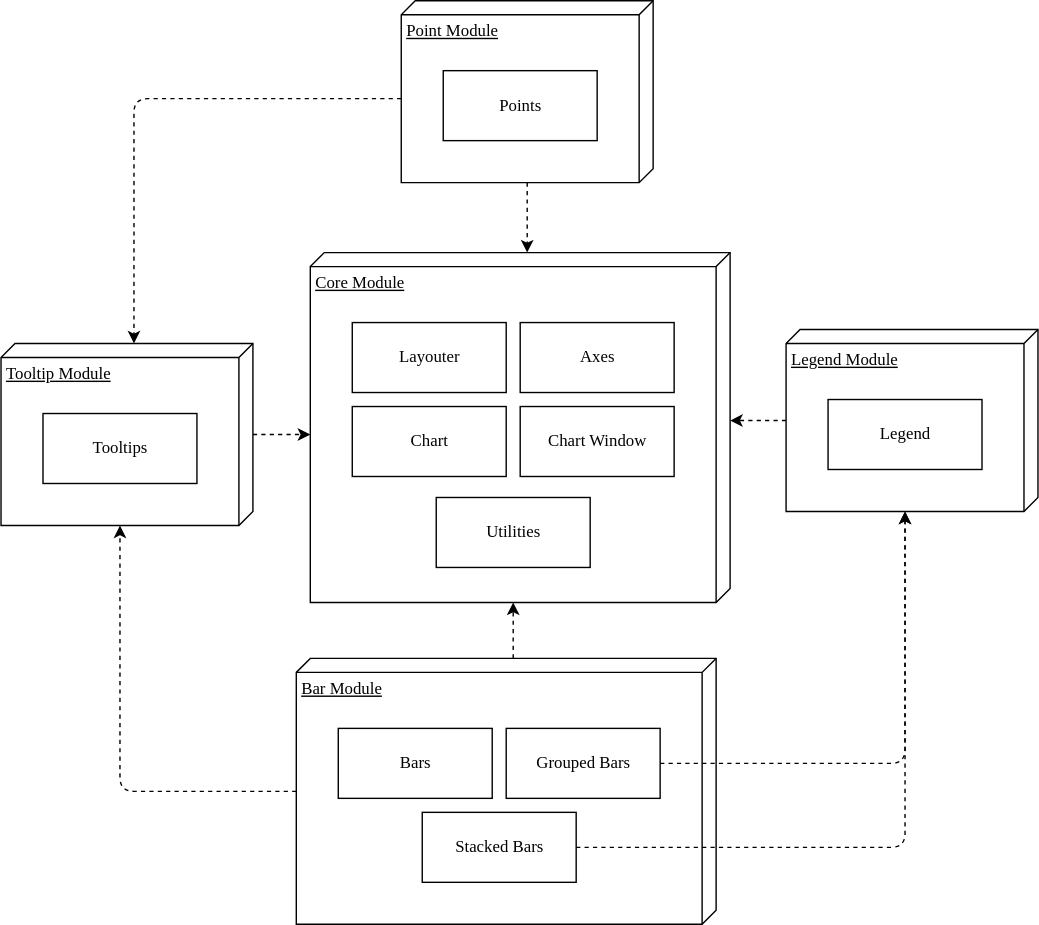
Earlier version of the draw.io export diagrams/respvis-packages.svg (AlmostBearded/respvis-thesis). Source tidied: cells renumbered, new cells last; positions are measured from the earlier drawing's top-left corner, leaving out a move shared by most shapes.
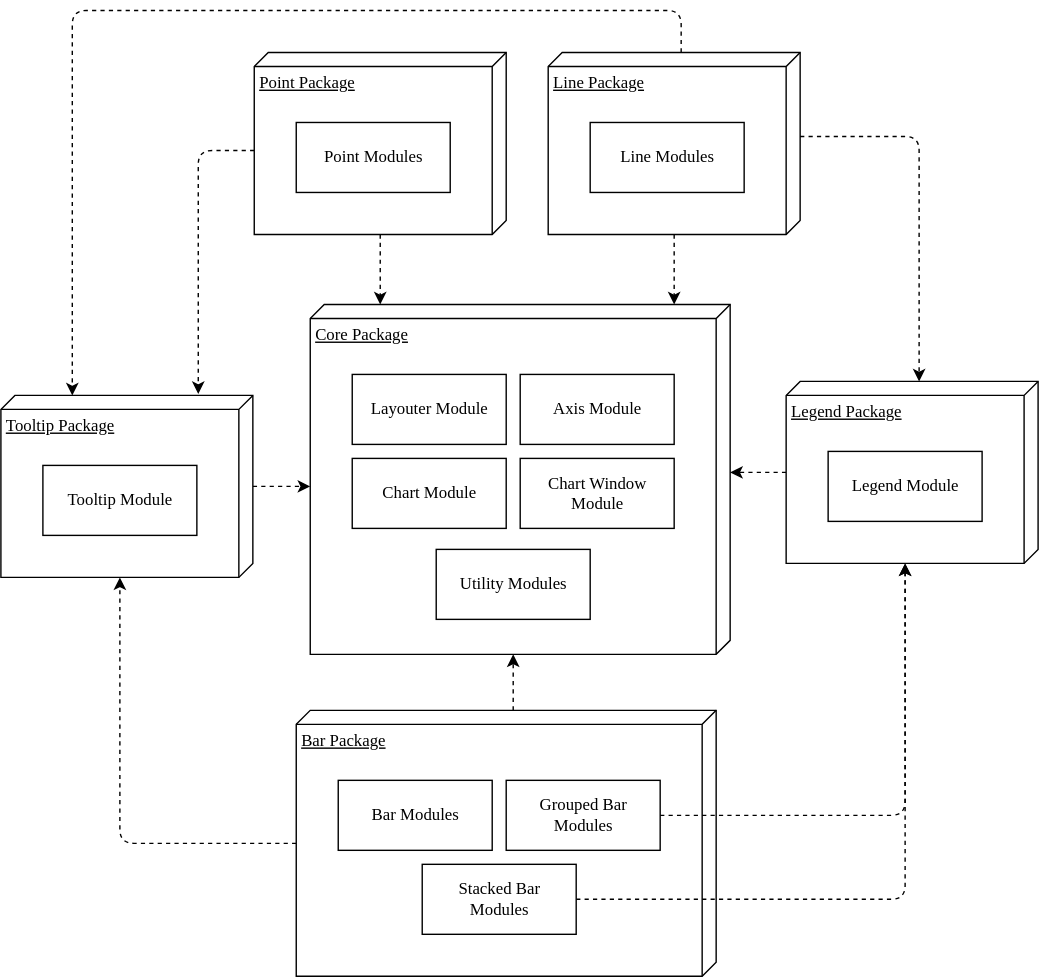
Above is the later version.

Commit message:
Add line package section

Change to the diagram source:
```diff
@@ -2,40 +2,40 @@
   <root>
     <mxCell id="0" />
     <mxCell id="1" parent="0" />
-    <mxCell id="2" value="Core Module" style="verticalAlign=top;align=left;spacingTop=8;spacingLeft=2;spacingRight=12;shape=cube;size=10;direction=south;fontStyle=4;html=1;rounded=0;shadow=0;comic=0;labelBackgroundColor=none;strokeWidth=1;fontFamily=Verdana;fontSize=12;" parent="1" vertex="1">
+    <mxCell id="2" value="Core Package" style="verticalAlign=top;align=left;spacingTop=8;spacingLeft=2;spacingRight=12;shape=cube;size=10;direction=south;fontStyle=4;html=1;rounded=0;shadow=0;comic=0;labelBackgroundColor=none;strokeWidth=1;fontFamily=Verdana;fontSize=12;" parent="1" vertex="1">
       <mxGeometry x="221" y="180" width="300" height="250" as="geometry" />
     </mxCell>
-    <mxCell id="3" value="Layouter" style="html=1;rounded=0;shadow=0;comic=0;labelBackgroundColor=none;strokeWidth=1;fontFamily=Verdana;fontSize=12;align=center;" parent="1" vertex="1">
+    <mxCell id="3" value="Layouter Module" style="html=1;rounded=0;shadow=0;comic=0;labelBackgroundColor=none;strokeWidth=1;fontFamily=Verdana;fontSize=12;align=center;" parent="1" vertex="1">
       <mxGeometry x="251" y="230" width="110" height="50" as="geometry" />
     </mxCell>
-    <mxCell id="4" value="Chart" style="html=1;rounded=0;shadow=0;comic=0;labelBackgroundColor=none;strokeWidth=1;fontFamily=Verdana;fontSize=12;align=center;" parent="1" vertex="1">
+    <mxCell id="4" value="Chart Module" style="html=1;rounded=0;shadow=0;comic=0;labelBackgroundColor=none;strokeWidth=1;fontFamily=Verdana;fontSize=12;align=center;" parent="1" vertex="1">
       <mxGeometry x="251" y="290" width="110" height="50" as="geometry" />
     </mxCell>
-    <mxCell id="5" value="Axes" style="html=1;rounded=0;shadow=0;comic=0;labelBackgroundColor=none;strokeWidth=1;fontFamily=Verdana;fontSize=12;align=center;" parent="1" vertex="1">
+    <mxCell id="5" value="Axis Module" style="html=1;rounded=0;shadow=0;comic=0;labelBackgroundColor=none;strokeWidth=1;fontFamily=Verdana;fontSize=12;align=center;" parent="1" vertex="1">
       <mxGeometry x="371" y="230" width="110" height="50" as="geometry" />
     </mxCell>
-    <mxCell id="6" value="Utilities" style="html=1;rounded=0;shadow=0;comic=0;labelBackgroundColor=none;strokeWidth=1;fontFamily=Verdana;fontSize=12;align=center;" parent="1" vertex="1">
+    <mxCell id="6" value="Utility Modules" style="html=1;rounded=0;shadow=0;comic=0;labelBackgroundColor=none;strokeWidth=1;fontFamily=Verdana;fontSize=12;align=center;" parent="1" vertex="1">
       <mxGeometry x="311" y="355" width="110" height="50" as="geometry" />
     </mxCell>
-    <mxCell id="7" value="Chart Window" style="html=1;rounded=0;shadow=0;comic=0;labelBackgroundColor=none;strokeWidth=1;fontFamily=Verdana;fontSize=12;align=center;" parent="1" vertex="1">
+    <mxCell id="7" value="Chart Window&lt;br&gt;Module" style="html=1;rounded=0;shadow=0;comic=0;labelBackgroundColor=none;strokeWidth=1;fontFamily=Verdana;fontSize=12;align=center;" parent="1" vertex="1">
       <mxGeometry x="371" y="290" width="110" height="50" as="geometry" />
     </mxCell>
     <mxCell id="8" style="edgeStyle=orthogonalEdgeStyle;rounded=1;jettySize=auto;html=1;entryX=0;entryY=0;entryDx=130;entryDy=300;entryPerimeter=0;dashed=1;" parent="1" edge="1" source="9" target="2">
       <mxGeometry relative="1" as="geometry" />
     </mxCell>
-    <mxCell id="9" value="Tooltip Module" style="verticalAlign=top;align=left;spacingTop=8;spacingLeft=2;spacingRight=12;shape=cube;size=10;direction=south;fontStyle=4;html=1;rounded=0;shadow=0;comic=0;labelBackgroundColor=none;strokeWidth=1;fontFamily=Verdana;fontSize=12;" parent="1" vertex="1">
+    <mxCell id="9" value="Tooltip Package" style="verticalAlign=top;align=left;spacingTop=8;spacingLeft=2;spacingRight=12;shape=cube;size=10;direction=south;fontStyle=4;html=1;rounded=0;shadow=0;comic=0;labelBackgroundColor=none;strokeWidth=1;fontFamily=Verdana;fontSize=12;" parent="1" vertex="1">
       <mxGeometry y="245" width="180" height="130" as="geometry" />
     </mxCell>
-    <mxCell id="10" value="Tooltips" style="html=1;rounded=0;shadow=0;comic=0;labelBackgroundColor=none;strokeWidth=1;fontFamily=Verdana;fontSize=12;align=center;" parent="1" vertex="1">
+    <mxCell id="10" value="Tooltip Module" style="html=1;rounded=0;shadow=0;comic=0;labelBackgroundColor=none;strokeWidth=1;fontFamily=Verdana;fontSize=12;align=center;" parent="1" vertex="1">
       <mxGeometry x="30" y="295" width="110" height="50" as="geometry" />
     </mxCell>
     <mxCell id="11" style="edgeStyle=orthogonalEdgeStyle;rounded=1;jettySize=auto;html=1;entryX=0;entryY=0;entryDx=120;entryDy=0;entryPerimeter=0;dashed=1;" parent="1" edge="1" source="12" target="2">
       <mxGeometry relative="1" as="geometry" />
     </mxCell>
-    <mxCell id="12" value="Legend Module" style="verticalAlign=top;align=left;spacingTop=8;spacingLeft=2;spacingRight=12;shape=cube;size=10;direction=south;fontStyle=4;html=1;rounded=0;shadow=0;comic=0;labelBackgroundColor=none;strokeWidth=1;fontFamily=Verdana;fontSize=12;" parent="1" vertex="1">
+    <mxCell id="12" value="Legend Package" style="verticalAlign=top;align=left;spacingTop=8;spacingLeft=2;spacingRight=12;shape=cube;size=10;direction=south;fontStyle=4;html=1;rounded=0;shadow=0;comic=0;labelBackgroundColor=none;strokeWidth=1;fontFamily=Verdana;fontSize=12;" parent="1" vertex="1">
       <mxGeometry x="561" y="235" width="180" height="130" as="geometry" />
     </mxCell>
-    <mxCell id="13" value="Legend" style="html=1;rounded=0;shadow=0;comic=0;labelBackgroundColor=none;strokeWidth=1;fontFamily=Verdana;fontSize=12;align=center;" parent="1" vertex="1">
+    <mxCell id="13" value="Legend Module" style="html=1;rounded=0;shadow=0;comic=0;labelBackgroundColor=none;strokeWidth=1;fontFamily=Verdana;fontSize=12;align=center;" parent="1" vertex="1">
       <mxGeometry x="591" y="285" width="110" height="50" as="geometry" />
     </mxCell>
     <mxCell id="14" style="edgeStyle=orthogonalEdgeStyle;rounded=1;jettySize=auto;html=1;exitX=0;exitY=0;exitDx=0;exitDy=145;exitPerimeter=0;entryX=0;entryY=0;entryDx=250;entryDy=155;entryPerimeter=0;dashed=1;" parent="1" edge="1" source="16" target="2">
@@ -44,10 +44,10 @@
     <mxCell id="15" style="edgeStyle=orthogonalEdgeStyle;rounded=1;jettySize=auto;html=1;entryX=0;entryY=0;entryDx=130;entryDy=95;entryPerimeter=0;dashed=1;" parent="1" edge="1" source="16" target="9">
       <mxGeometry relative="1" as="geometry" />
     </mxCell>
-    <mxCell id="16" value="Bar Module" style="verticalAlign=top;align=left;spacingTop=8;spacingLeft=2;spacingRight=12;shape=cube;size=10;direction=south;fontStyle=4;html=1;rounded=0;shadow=0;comic=0;labelBackgroundColor=none;strokeWidth=1;fontFamily=Verdana;fontSize=12;" parent="1" vertex="1">
+    <mxCell id="16" value="Bar Package" style="verticalAlign=top;align=left;spacingTop=8;spacingLeft=2;spacingRight=12;shape=cube;size=10;direction=south;fontStyle=4;html=1;rounded=0;shadow=0;comic=0;labelBackgroundColor=none;strokeWidth=1;fontFamily=Verdana;fontSize=12;" parent="1" vertex="1">
       <mxGeometry x="211" y="470" width="300" height="190" as="geometry" />
     </mxCell>
-    <mxCell id="17" value="Bars" style="html=1;rounded=0;shadow=0;comic=0;labelBackgroundColor=none;strokeWidth=1;fontFamily=Verdana;fontSize=12;align=center;" parent="1" vertex="1">
+    <mxCell id="17" value="Bar Modules" style="html=1;rounded=0;shadow=0;comic=0;labelBackgroundColor=none;strokeWidth=1;fontFamily=Verdana;fontSize=12;align=center;" parent="1" vertex="1">
       <mxGeometry x="241" y="520" width="110" height="50" as="geometry" />
     </mxCell>
     <mxCell id="18" style="edgeStyle=orthogonalEdgeStyle;rounded=1;jettySize=auto;html=1;exitX=1;exitY=0.5;exitDx=0;exitDy=0;entryX=0;entryY=0;entryDx=130;entryDy=95;entryPerimeter=0;dashed=1;" parent="1" edge="1" source="19" target="12">
@@ -57,31 +57,58 @@
         </Array>
       </mxGeometry>
     </mxCell>
-    <mxCell id="19" value="Grouped Bars" style="html=1;rounded=0;shadow=0;comic=0;labelBackgroundColor=none;strokeWidth=1;fontFamily=Verdana;fontSize=12;align=center;" parent="1" vertex="1">
+    <mxCell id="19" value="Grouped Bar&lt;br&gt;Modules" style="html=1;rounded=0;shadow=0;comic=0;labelBackgroundColor=none;strokeWidth=1;fontFamily=Verdana;fontSize=12;align=center;" parent="1" vertex="1">
       <mxGeometry x="361" y="520" width="110" height="50" as="geometry" />
     </mxCell>
     <mxCell id="20" style="edgeStyle=orthogonalEdgeStyle;rounded=1;jettySize=auto;html=1;exitX=1;exitY=0.5;exitDx=0;exitDy=0;entryX=0;entryY=0;entryDx=130;entryDy=95;entryPerimeter=0;dashed=1;" parent="1" edge="1" source="21" target="12">
       <mxGeometry relative="1" as="geometry" />
     </mxCell>
-    <mxCell id="21" value="Stacked Bars" style="html=1;rounded=0;shadow=0;comic=0;labelBackgroundColor=none;strokeWidth=1;fontFamily=Verdana;fontSize=12;align=center;" parent="1" vertex="1">
+    <mxCell id="21" value="Stacked Bar&lt;br&gt;Modules" style="html=1;rounded=0;shadow=0;comic=0;labelBackgroundColor=none;strokeWidth=1;fontFamily=Verdana;fontSize=12;align=center;" parent="1" vertex="1">
       <mxGeometry x="301" y="580" width="110" height="50" as="geometry" />
     </mxCell>
-    <mxCell id="22" style="edgeStyle=orthogonalEdgeStyle;rounded=1;jettySize=auto;html=1;entryX=0;entryY=0;entryDx=0;entryDy=85;entryPerimeter=0;exitX=0;exitY=0;exitDx=70;exitDy=180;exitPerimeter=0;dashed=1;" parent="1" edge="1" source="24" target="9">
+    <mxCell id="22" style="edgeStyle=orthogonalEdgeStyle;rounded=1;jettySize=auto;html=1;exitX=0;exitY=0;exitDx=70;exitDy=180;exitPerimeter=0;dashed=1;" parent="1" edge="1" source="24">
       <mxGeometry relative="1" as="geometry">
+        <mxPoint x="141" y="244" as="targetPoint" />
         <Array as="points">
-          <mxPoint x="286" y="70" />
-          <mxPoint x="95" y="70" />
+          <mxPoint x="141" y="70" />
+          <mxPoint x="141" y="244" />
         </Array>
       </mxGeometry>
     </mxCell>
-    <mxCell id="23" style="edgeStyle=orthogonalEdgeStyle;rounded=1;jettySize=auto;html=1;entryX=0;entryY=0;entryDx=0;entryDy=145;entryPerimeter=0;dashed=1;" parent="1" edge="1" source="24" target="2">
-      <mxGeometry relative="1" as="geometry" />
+    <mxCell id="23" style="edgeStyle=orthogonalEdgeStyle;rounded=1;jettySize=auto;html=1;entryX=0;entryY=0;entryDx=0;entryDy=145;entryPerimeter=0;dashed=1;" parent="1" edge="1" source="24">
+      <mxGeometry relative="1" as="geometry">
+        <mxPoint x="271" y="180" as="targetPoint" />
+      </mxGeometry>
     </mxCell>
-    <mxCell id="24" value="Point Module" style="verticalAlign=top;align=left;spacingTop=8;spacingLeft=2;spacingRight=12;shape=cube;size=10;direction=south;fontStyle=4;html=1;rounded=0;shadow=0;comic=0;labelBackgroundColor=none;strokeWidth=1;fontFamily=Verdana;fontSize=12;" parent="1" vertex="1">
-      <mxGeometry x="286" width="180" height="130" as="geometry" />
+    <mxCell id="24" value="Point Package" style="verticalAlign=top;align=left;spacingTop=8;spacingLeft=2;spacingRight=12;shape=cube;size=10;direction=south;fontStyle=4;html=1;rounded=0;shadow=0;comic=0;labelBackgroundColor=none;strokeWidth=1;fontFamily=Verdana;fontSize=12;" parent="1" vertex="1">
+      <mxGeometry x="181" width="180" height="130" as="geometry" />
     </mxCell>
-    <mxCell id="25" value="Points" style="html=1;rounded=0;shadow=0;comic=0;labelBackgroundColor=none;strokeWidth=1;fontFamily=Verdana;fontSize=12;align=center;" parent="1" vertex="1">
-      <mxGeometry x="316" y="50" width="110" height="50" as="geometry" />
+    <mxCell id="25" value="Point Modules" style="html=1;rounded=0;shadow=0;comic=0;labelBackgroundColor=none;strokeWidth=1;fontFamily=Verdana;fontSize=12;align=center;" parent="1" vertex="1">
+      <mxGeometry x="211" y="50" width="110" height="50" as="geometry" />
     </mxCell>
+    <mxCell id="26" style="edgeStyle=orthogonalEdgeStyle;rounded=1;jettySize=auto;html=1;entryX=0;entryY=0;entryDx=0;entryDy=145;entryPerimeter=0;dashed=1;" parent="1" edge="1" source="27">
+      <mxGeometry relative="1" as="geometry">
+        <mxPoint x="481" y="180" as="targetPoint" />
+      </mxGeometry>
+    </mxCell>
+    <mxCell id="27" value="Line Package" style="verticalAlign=top;align=left;spacingTop=8;spacingLeft=2;spacingRight=12;shape=cube;size=10;direction=south;fontStyle=4;html=1;rounded=0;shadow=0;comic=0;labelBackgroundColor=none;strokeWidth=1;fontFamily=Verdana;fontSize=12;" parent="1" vertex="1">
+      <mxGeometry x="391" width="180" height="130" as="geometry" />
+    </mxCell>
+    <mxCell id="28" value="Line Modules" style="html=1;rounded=0;shadow=0;comic=0;labelBackgroundColor=none;strokeWidth=1;fontFamily=Verdana;fontSize=12;align=center;" parent="1" vertex="1">
+      <mxGeometry x="421" y="50" width="110" height="50" as="geometry" />
+    </mxCell>
+    <mxCell id="29" style="edgeStyle=orthogonalEdgeStyle;rounded=1;jettySize=auto;html=1;entryX=0;entryY=0;entryDx=0;entryDy=85;entryPerimeter=0;dashed=1;exitX=0;exitY=0;exitDx=60;exitDy=0;exitPerimeter=0;" parent="1" edge="1" source="27" target="12">
+      <mxGeometry relative="1" as="geometry" />
+    </mxCell>
+    <mxCell id="30" style="edgeStyle=orthogonalEdgeStyle;rounded=1;jettySize=auto;html=1;exitX=0;exitY=0;exitDx=0;exitDy=85;exitPerimeter=0;dashed=1;" parent="1" edge="1" source="27">
+      <mxGeometry relative="1" as="geometry">
+        <mxPoint x="51" y="245" as="targetPoint" />
+        <Array as="points">
+          <mxPoint x="486" y="-30" />
+          <mxPoint x="51" y="-30" />
+          <mxPoint x="51" y="245" />
+        </Array>
+      </mxGeometry>
+    </mxCell>
   </root>
 </mxGraphModel>
```
